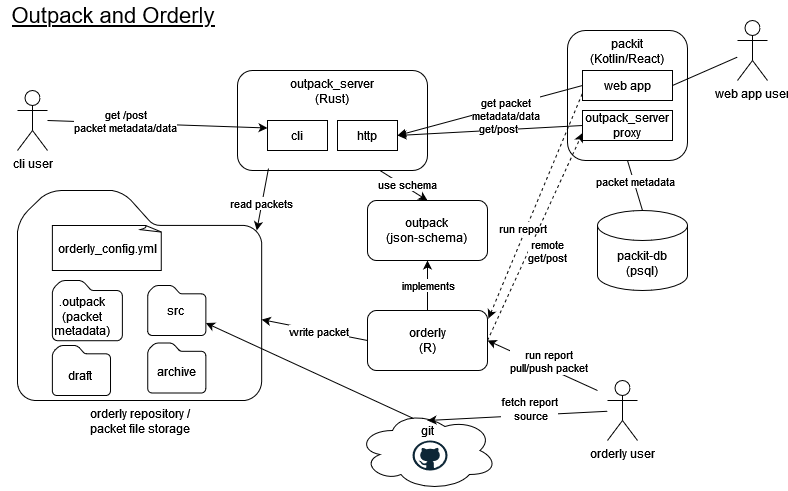
Above: docs/diagrams/OutpackOrderly.drawio.png in mrc-ide/outpack (draw.io), before the change. Source tidied: cells renumbered, new cells last; positions are measured from the earlier drawing's top-left corner, leaving out a move shared by most shapes.
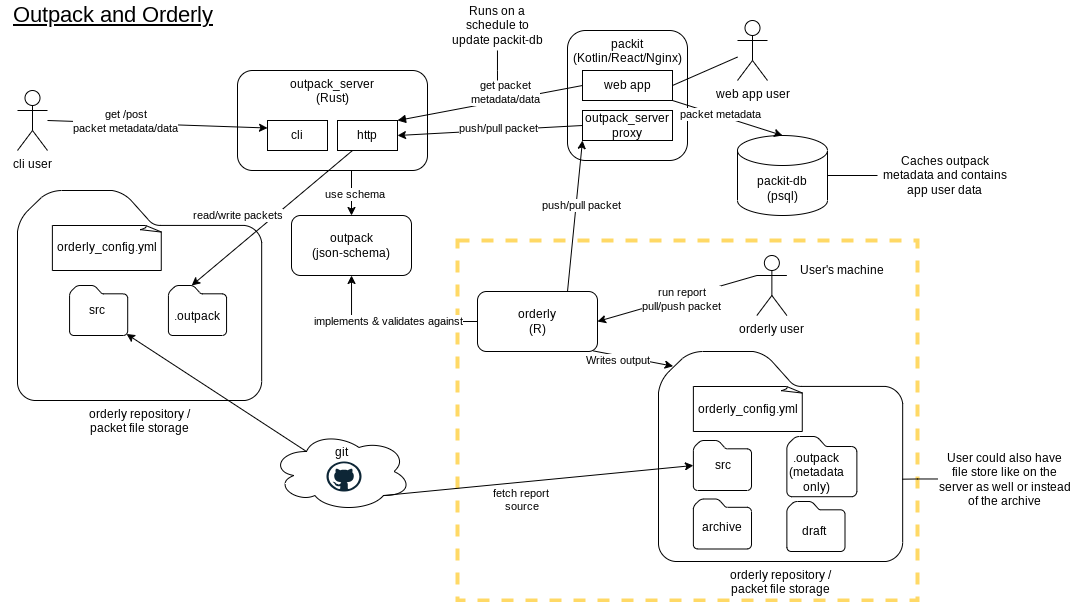
After the change.

Commit message:
Iterate diagram

The edit, as a diff of the source:
```diff
@@ -2,13 +2,16 @@
   <root>
     <mxCell id="0" />
     <mxCell id="1" parent="0" />
+    <mxCell id="59" style="rounded=0;whiteSpace=wrap;html=1;dashed=1;strokeColor=#FFD966;strokeWidth=4;" parent="1" vertex="1">
+      <mxGeometry x="458" y="240" width="460" height="360" as="geometry" />
+    </mxCell>
-    <mxCell id="2" value="&lt;div&gt;packit&lt;/div&gt;&lt;div&gt;(Kotlin/React)&lt;br&gt;&lt;/div&gt;" style="rounded=1;whiteSpace=wrap;html=1;verticalAlign=top;align=center;" parent="1" vertex="1">
+    <mxCell id="2" value="&lt;div&gt;packit&lt;/div&gt;&lt;div&gt;(Kotlin/React/Nginx)&lt;br&gt;&lt;/div&gt;" style="rounded=1;whiteSpace=wrap;html=1;verticalAlign=top;align=center;" parent="1" vertex="1">
       <mxGeometry x="568" y="30" width="120" height="130" as="geometry" />
     </mxCell>
     <mxCell id="3" value="&lt;div&gt;packit-db&lt;/div&gt;&lt;div&gt;(psql)&lt;br&gt;&lt;/div&gt;" style="shape=cylinder3;whiteSpace=wrap;html=1;boundedLbl=1;backgroundOutline=1;size=15;" parent="1" vertex="1">
-      <mxGeometry x="598" y="210" width="90" height="80" as="geometry" />
+      <mxGeometry x="738" y="135" width="90" height="80" as="geometry" />
     </mxCell>
-    <mxCell id="4" style="endArrow=none;html=1;rounded=0;entryX=0.5;entryY=1;entryDx=0;entryDy=0;exitX=0.5;exitY=0;exitDx=0;exitDy=0;exitPerimeter=0;" parent="1" edge="1" source="3" target="2">
+    <mxCell id="4" style="endArrow=none;html=1;rounded=0;entryX=1;entryY=1;entryDx=0;entryDy=0;exitX=0.5;exitY=0;exitDx=0;exitDy=0;exitPerimeter=0;startArrow=classic;startFill=1;" parent="1" edge="1" source="3" target="17">
       <mxGeometry relative="1" as="geometry" />
     </mxCell>
     <mxCell id="5" value="packet metadata" style="edgeLabel;html=1;align=center;verticalAlign=middle;" parent="4" vertex="1">
@@ -29,12 +32,12 @@
     <mxCell id="10" value="&lt;div&gt;orderly repository /&lt;br&gt;&lt;/div&gt;&lt;div&gt;packet file storage&lt;/div&gt;" style="sketch=0;shadow=0;dashed=0;html=1;strokeColor=default;labelPosition=center;verticalLabelPosition=bottom;verticalAlign=top;align=center;fillColor=none;shape=mxgraph.mscae.enterprise.folder;" parent="1" vertex="1">
       <mxGeometry x="18" y="190" width="244.2" height="210" as="geometry" />
     </mxCell>
-    <mxCell id="11" style="endArrow=none;html=1;rounded=0;entryX=0;entryY=0.5;entryDx=0;entryDy=0;exitX=1;exitY=0.5;exitDx=0;exitDy=0;startArrow=block;startFill=1;" parent="1" edge="1" source="8" target="17">
+    <mxCell id="11" style="endArrow=none;html=1;rounded=0;entryX=0;entryY=0.5;entryDx=0;entryDy=0;exitX=1;exitY=0;exitDx=0;exitDy=0;startArrow=block;startFill=1;" parent="1" edge="1" source="8" target="17">
       <mxGeometry relative="1" as="geometry" />
     </mxCell>
     <mxCell id="12" value="&lt;div&gt;get packet&lt;/div&gt;&lt;div&gt;metadata/data&lt;br&gt;&lt;/div&gt;" style="edgeLabel;html=1;align=center;verticalAlign=middle;" parent="11" vertex="1">
       <mxGeometry x="-0.08" y="-3" relative="1" as="geometry">
-        <mxPoint x="22" y="-6" as="offset" />
+        <mxPoint x="22" y="-15" as="offset" />
       </mxGeometry>
     </mxCell>
     <mxCell id="13" value="cli user" style="shape=umlActor;verticalLabelPosition=bottom;verticalAlign=top;html=1;" parent="1" vertex="1">
@@ -62,22 +65,22 @@
         <mxPoint x="398" y="135" as="targetPoint" />
       </mxGeometry>
     </mxCell>
-    <mxCell id="20" value="get/post" style="edgeLabel;html=1;align=center;verticalAlign=middle;" parent="19" vertex="1">
+    <mxCell id="20" value="push/pull packet" style="edgeLabel;html=1;align=center;verticalAlign=middle;" parent="19" vertex="1">
       <mxGeometry x="-0.08" y="-2" relative="1" as="geometry" />
     </mxCell>
     <mxCell id="21" style="endArrow=none;html=1;rounded=0;exitX=1;exitY=0.5;exitDx=0;exitDy=0;" parent="1" edge="1" source="17" target="16">
       <mxGeometry relative="1" as="geometry" />
     </mxCell>
-    <mxCell id="22" style="edgeStyle=orthogonalEdgeStyle;rounded=0;jettySize=auto;html=1;exitX=0.5;exitY=0;exitDx=0;exitDy=0;" parent="1" edge="1" source="24" target="32">
+    <mxCell id="22" style="edgeStyle=orthogonalEdgeStyle;rounded=0;jettySize=auto;html=1;exitX=0;exitY=0.5;exitDx=0;exitDy=0;" parent="1" edge="1" source="24" target="32">
       <mxGeometry relative="1" as="geometry" />
     </mxCell>
-    <mxCell id="23" value="&lt;div&gt;implements&lt;/div&gt;" style="edgeLabel;html=1;align=center;verticalAlign=middle;" parent="22" vertex="1">
+    <mxCell id="23" value="&lt;div&gt;implements &amp;amp; validates against&lt;/div&gt;" style="edgeLabel;html=1;align=center;verticalAlign=middle;" parent="22" vertex="1">
       <mxGeometry x="0.04" relative="1" as="geometry" />
     </mxCell>
     <mxCell id="24" value="&lt;div&gt;orderly&lt;/div&gt;(R)" style="rounded=1;whiteSpace=wrap;html=1;" parent="1" vertex="1">
-      <mxGeometry x="368" y="310" width="120" height="60" as="geometry" />
+      <mxGeometry x="478" y="291" width="120" height="60" as="geometry" />
     </mxCell>
-    <mxCell id="25" style="endArrow=none;html=1;rounded=0;entryX=0.75;entryY=1;entryDx=0;entryDy=0;exitX=0.5;exitY=0;exitDx=0;exitDy=0;endFill=0;startArrow=classic;startFill=1;" parent="1" edge="1" source="32" target="7">
+    <mxCell id="25" style="endArrow=none;html=1;rounded=0;entryX=0.6;entryY=1;entryDx=0;entryDy=0;exitX=0.5;exitY=0;exitDx=0;exitDy=0;endFill=0;startArrow=classic;startFill=1;entryPerimeter=0;" parent="1" edge="1" source="32" target="7">
       <mxGeometry relative="1" as="geometry" />
     </mxCell>
     <mxCell id="26" value="use schema" style="edgeLabel;html=1;align=center;verticalAlign=middle;" parent="25" vertex="1">
@@ -85,16 +88,16 @@
         <mxPoint x="1" as="offset" />
       </mxGeometry>
     </mxCell>
-    <mxCell id="27" style="endArrow=classic;html=1;rounded=0;exitX=0;exitY=0.5;exitDx=0;exitDy=0;" parent="1" edge="1" source="24" target="10">
+    <mxCell id="27" style="endArrow=classic;html=1;rounded=0;exitX=0.75;exitY=0;exitDx=0;exitDy=0;entryX=0;entryY=1;entryDx=0;entryDy=0;" parent="1" edge="1" source="24" target="18">
       <mxGeometry relative="1" as="geometry" />
     </mxCell>
-    <mxCell id="28" value="&lt;div&gt;write packet&lt;/div&gt;" style="edgeLabel;html=1;align=center;verticalAlign=middle;" parent="27" vertex="1">
+    <mxCell id="28" value="&lt;div&gt;push/pull packet&lt;/div&gt;" style="edgeLabel;html=1;align=center;verticalAlign=middle;" parent="27" vertex="1">
       <mxGeometry x="0.2" y="-1" relative="1" as="geometry">
-        <mxPoint x="14" y="4" as="offset" />
+        <mxPoint x="4" y="4" as="offset" />
       </mxGeometry>
     </mxCell>
     <mxCell id="29" style="group;" parent="1" vertex="1">
-      <mxGeometry x="358" y="410" width="140" height="80" as="geometry" />
+      <mxGeometry x="272" y="431" width="140" height="80" as="geometry" />
     </mxCell>
     <mxCell id="30" value="&lt;div align=&quot;center&quot;&gt;git&lt;/div&gt;" style="ellipse;shape=cloud;whiteSpace=wrap;html=1;align=center;verticalAlign=top;horizontal=1;spacingTop=7;" parent="29" vertex="1">
       <mxGeometry width="140" height="80" as="geometry" />
@@ -103,93 +106,120 @@
       <mxGeometry x="55" y="30" width="35" height="30" as="geometry" />
     </mxCell>
     <mxCell id="32" value="&lt;div&gt;outpack&lt;/div&gt;&lt;div&gt;(json-schema)&lt;br&gt;&lt;/div&gt;" style="rounded=1;whiteSpace=wrap;html=1;" parent="1" vertex="1">
-      <mxGeometry x="368" y="200" width="120" height="60" as="geometry" />
+      <mxGeometry x="292" y="215" width="120" height="60" as="geometry" />
     </mxCell>
-    <mxCell id="33" style="endArrow=classic;html=1;rounded=0;" parent="1" edge="1" source="44">
-      <mxGeometry relative="1" as="geometry">
-        <mxPoint x="428" y="420" as="targetPoint" />
-      </mxGeometry>
-    </mxCell>
-    <mxCell id="34" value="&lt;div&gt;fetch report&lt;/div&gt;&lt;div&gt;&amp;nbsp;source&lt;/div&gt;&lt;div&gt;&lt;br&gt;&lt;/div&gt;" style="edgeLabel;html=1;align=center;verticalAlign=middle;" parent="33" vertex="1">
-      <mxGeometry x="-0.12" relative="1" as="geometry" />
-    </mxCell>
-    <mxCell id="35" style="endArrow=classic;html=1;rounded=0;exitX=0.163;exitY=0.98;exitDx=0;exitDy=0;exitPerimeter=0;entryX=0.98;entryY=0.19;entryDx=0;entryDy=0;entryPerimeter=0;" parent="1" edge="1" source="7" target="10">
-      <mxGeometry relative="1" as="geometry" />
-    </mxCell>
-    <mxCell id="36" value="read packets" style="edgeLabel;html=1;align=center;verticalAlign=middle;" parent="35" vertex="1">
-      <mxGeometry x="0.11" y="-1" relative="1" as="geometry" />
-    </mxCell>
     <mxCell id="37" value="orderly_config.yml" style="whiteSpace=wrap;html=1;shape=mxgraph.basic.document;" parent="1" vertex="1">
       <mxGeometry x="52.9" y="225" width="110" height="45" as="geometry" />
     </mxCell>
-    <mxCell id="38" style="group;" parent="1" vertex="1">
-      <mxGeometry x="52.9" y="290" width="70" height="110" as="geometry" />
-    </mxCell>
-    <mxCell id="39" style="sketch=0;shadow=0;dashed=0;html=1;strokeColor=default;labelPosition=center;verticalLabelPosition=bottom;verticalAlign=middle;align=center;fillColor=none;shape=mxgraph.mscae.enterprise.folder;" parent="38" vertex="1">
-      <mxGeometry y="-10" width="70" height="60.2" as="geometry" />
-    </mxCell>
-    <mxCell id="40" value="&lt;div&gt;.outpack&lt;/div&gt;&lt;div&gt;(packet metadata)&lt;br&gt;&lt;/div&gt;" style="text;html=1;strokeColor=none;fillColor=none;align=center;verticalAlign=middle;whiteSpace=wrap;rounded=0;" parent="38" vertex="1">
-      <mxGeometry x="-10" y="15.8" width="80" height="20.9" as="geometry" />
-    </mxCell>
-    <mxCell id="41" style="group;" parent="38" vertex="1">
-      <mxGeometry y="55" width="65.1" height="55" as="geometry" />
-    </mxCell>
-    <mxCell id="42" style="sketch=0;shadow=0;dashed=0;html=1;strokeColor=default;labelPosition=center;verticalLabelPosition=bottom;verticalAlign=middle;align=center;fillColor=none;shape=mxgraph.mscae.enterprise.folder;" parent="41" vertex="1">
-      <mxGeometry width="58.1" height="50" as="geometry" />
-    </mxCell>
-    <mxCell id="43" value="draft" style="text;html=1;strokeColor=none;fillColor=none;align=center;verticalAlign=middle;whiteSpace=wrap;rounded=0;" parent="41" vertex="1">
-      <mxGeometry y="15.8" width="56" height="27.5" as="geometry" />
-    </mxCell>
     <mxCell id="44" value="orderly user" style="shape=umlActor;verticalLabelPosition=bottom;verticalAlign=top;html=1;outlineConnect=0;" parent="1" vertex="1">
-      <mxGeometry x="608" y="380" width="30" height="60" as="geometry" />
+      <mxGeometry x="757.4" y="255" width="30" height="60" as="geometry" />
     </mxCell>
-    <mxCell id="45" style="endArrow=none;html=1;rounded=0;exitX=1;exitY=0.5;exitDx=0;exitDy=0;endFill=0;startArrow=classic;startFill=1;" parent="1" edge="1" source="24">
-      <mxGeometry relative="1" as="geometry">
-        <mxPoint x="598" y="390" as="targetPoint" />
-      </mxGeometry>
+    <mxCell id="45" style="endArrow=none;html=1;rounded=0;exitX=1;exitY=0.5;exitDx=0;exitDy=0;endFill=0;startArrow=classic;startFill=1;entryX=0;entryY=0.3333333333333333;entryDx=0;entryDy=0;entryPerimeter=0;" parent="1" edge="1" source="24" target="44">
+      <mxGeometry relative="1" as="geometry" />
     </mxCell>
     <mxCell id="46" value="&lt;div&gt;run report&lt;/div&gt;&lt;div&gt;pull/push packet&lt;br&gt;&lt;/div&gt;" style="edgeLabel;html=1;align=center;verticalAlign=middle;" parent="45" vertex="1">
       <mxGeometry x="-0.24" y="-1" relative="1" as="geometry">
-        <mxPoint x="19" y="1" as="offset" />
+        <mxPoint x="23" y="-6" as="offset" />
       </mxGeometry>
     </mxCell>
-    <mxCell id="47" style="endArrow=none;dashed=1;html=1;rounded=0;entryX=0;entryY=0.75;entryDx=0;entryDy=0;exitX=1.008;exitY=0.133;exitDx=0;exitDy=0;exitPerimeter=0;startArrow=classic;startFill=1;" parent="1" edge="1" source="24" target="17">
-      <mxGeometry relative="1" as="geometry" />
-    </mxCell>
-    <mxCell id="48" value="run report" style="edgeLabel;html=1;align=center;verticalAlign=middle;" parent="47" vertex="1">
-      <mxGeometry x="-0.22" y="4" relative="1" as="geometry" />
-    </mxCell>
     <mxCell id="49" style="sketch=0;shadow=0;dashed=0;html=1;strokeColor=default;labelPosition=center;verticalLabelPosition=bottom;verticalAlign=middle;align=center;fillColor=none;shape=mxgraph.mscae.enterprise.folder;" parent="1" vertex="1">
-      <mxGeometry x="148.2" y="285" width="58.1" height="50" as="geometry" />
+      <mxGeometry x="70.1" y="285" width="58.1" height="50" as="geometry" />
     </mxCell>
     <mxCell id="50" value="src" style="text;html=1;strokeColor=none;fillColor=none;align=center;verticalAlign=middle;whiteSpace=wrap;rounded=0;" parent="1" vertex="1">
-      <mxGeometry x="146.2" y="297.5" width="60.2" height="25" as="geometry" />
+      <mxGeometry x="68" y="297.5" width="60.2" height="25" as="geometry" />
     </mxCell>
-    <mxCell id="51" style="group;" parent="1" vertex="1">
-      <mxGeometry x="168.2" y="335" width="69.8" height="60" as="geometry" />
-    </mxCell>
+    <mxCell id="55" value="Outpack and Orderly" style="text;html=1;strokeColor=none;fillColor=none;align=center;verticalAlign=middle;whiteSpace=wrap;rounded=0;fontSize=22;fontStyle=4;" parent="1" vertex="1">
+      <mxGeometry x="0.1" width="227.9" height="30" as="geometry" />
+    </mxCell>
+    <mxCell id="58" style="endArrow=classic;html=1;rounded=0;entryX=0.98;entryY=0.97;entryDx=0;entryDy=0;exitX=0.25;exitY=0.25;exitDx=0;exitDy=0;exitPerimeter=0;entryPerimeter=0;" parent="1" edge="1" source="30" target="49">
+      <mxGeometry relative="1" as="geometry" />
+    </mxCell>
+    <mxCell id="60" value="&lt;div&gt;orderly repository /&lt;br&gt;&lt;/div&gt;&lt;div&gt;packet file storage&lt;/div&gt;" style="sketch=0;shadow=0;dashed=0;html=1;strokeColor=default;labelPosition=center;verticalLabelPosition=bottom;verticalAlign=top;align=center;fillColor=none;shape=mxgraph.mscae.enterprise.folder;" parent="1" vertex="1">
+      <mxGeometry x="659" y="351" width="244.2" height="210" as="geometry" />
+    </mxCell>
+    <mxCell id="61" value="orderly_config.yml" style="whiteSpace=wrap;html=1;shape=mxgraph.basic.document;" parent="1" vertex="1">
+      <mxGeometry x="693.9" y="386" width="110" height="45" as="geometry" />
+    </mxCell>
+    <mxCell id="62" style="group;" parent="1" vertex="1">
+      <mxGeometry x="787.4" y="446" width="70" height="110" as="geometry" />
+    </mxCell>
+    <mxCell id="63" style="sketch=0;shadow=0;dashed=0;html=1;strokeColor=default;labelPosition=center;verticalLabelPosition=bottom;verticalAlign=middle;align=center;fillColor=none;shape=mxgraph.mscae.enterprise.folder;" parent="62" vertex="1">
+      <mxGeometry y="-10" width="70" height="60.2" as="geometry" />
+    </mxCell>
+    <mxCell id="64" value="&lt;div&gt;.outpack&lt;/div&gt;&lt;div&gt;(metadata only)&lt;br&gt;&lt;/div&gt;" style="text;html=1;strokeColor=none;fillColor=none;align=center;verticalAlign=middle;whiteSpace=wrap;rounded=0;" parent="62" vertex="1">
+      <mxGeometry x="-10" y="15.8" width="80" height="20.9" as="geometry" />
+    </mxCell>
+    <mxCell id="41" style="group;" parent="62" vertex="1">
+      <mxGeometry y="55" width="65.1" height="55" as="geometry" />
+    </mxCell>
+    <mxCell id="65" style="sketch=0;shadow=0;dashed=0;html=1;strokeColor=default;labelPosition=center;verticalLabelPosition=bottom;verticalAlign=middle;align=center;fillColor=none;shape=mxgraph.mscae.enterprise.folder;" parent="41" vertex="1">
+      <mxGeometry width="58.1" height="50" as="geometry" />
+    </mxCell>
+    <mxCell id="43" value="draft" style="text;html=1;strokeColor=none;fillColor=none;align=center;verticalAlign=middle;whiteSpace=wrap;rounded=0;" parent="41" vertex="1">
+      <mxGeometry y="15.8" width="56" height="27.5" as="geometry" />
+    </mxCell>
+    <mxCell id="66" value="src" style="sketch=0;shadow=0;dashed=0;html=1;strokeColor=default;labelPosition=center;verticalLabelPosition=middle;verticalAlign=middle;align=center;fillColor=none;shape=mxgraph.mscae.enterprise.folder;" parent="1" vertex="1">
+      <mxGeometry x="693.9" y="440" width="58.1" height="50" as="geometry" />
+    </mxCell>
+    <mxCell id="67" style="group;" parent="1" vertex="1">
+      <mxGeometry x="713.9" y="491" width="69.8" height="60" as="geometry" />
+    </mxCell>
-    <mxCell id="52" style="group;" parent="51" vertex="1">
+    <mxCell id="52" style="group;" parent="67" vertex="1">
       <mxGeometry x="-20" y="7.5" width="58.1" height="50" as="geometry" />
     </mxCell>
-    <mxCell id="53" style="sketch=0;shadow=0;dashed=0;html=1;strokeColor=default;labelPosition=center;verticalLabelPosition=bottom;verticalAlign=middle;align=center;fillColor=none;shape=mxgraph.mscae.enterprise.folder;" parent="52" vertex="1">
-      <mxGeometry width="58.1" height="50" as="geometry" />
-    </mxCell>
+    <mxCell id="68" style="sketch=0;shadow=0;dashed=0;html=1;strokeColor=default;labelPosition=center;verticalLabelPosition=bottom;verticalAlign=middle;align=center;fillColor=none;shape=mxgraph.mscae.enterprise.folder;" parent="52" vertex="1">
+      <mxGeometry width="58.1" height="50" as="geometry" />
+    </mxCell>
     <mxCell id="54" value="archive" style="text;html=1;strokeColor=none;fillColor=none;align=center;verticalAlign=middle;whiteSpace=wrap;rounded=0;" parent="52" vertex="1">
       <mxGeometry x="4.1" y="20" width="50" height="17.2" as="geometry" />
     </mxCell>
-    <mxCell id="55" value="Outpack and Orderly" style="text;html=1;strokeColor=none;fillColor=none;align=center;verticalAlign=middle;whiteSpace=wrap;rounded=0;fontSize=22;fontStyle=4;" parent="1" vertex="1">
-      <mxGeometry x="0.1" width="227.9" height="30" as="geometry" />
-    </mxCell>
-    <mxCell id="56" style="endArrow=classic;dashed=1;html=1;rounded=0;entryX=0;entryY=0.75;entryDx=0;entryDy=0;exitX=1;exitY=0.5;exitDx=0;exitDy=0;endFill=1;" parent="1" edge="1" source="24" target="18">
-      <mxGeometry relative="1" as="geometry" />
-    </mxCell>
-    <mxCell id="57" value="&lt;div&gt;remote&lt;br&gt;&lt;/div&gt;&lt;div&gt;get/post&lt;/div&gt;" style="edgeLabel;html=1;align=center;verticalAlign=middle;" parent="56" vertex="1">
-      <mxGeometry x="-0.02" relative="1" as="geometry">
-        <mxPoint x="13" y="12" as="offset" />
-      </mxGeometry>
-    </mxCell>
-    <mxCell id="58" style="endArrow=classic;html=1;rounded=0;entryX=1;entryY=1;entryDx=0;entryDy=0;exitX=0.4;exitY=0.1;exitDx=0;exitDy=0;exitPerimeter=0;" parent="1" edge="1" source="30" target="50">
-      <mxGeometry relative="1" as="geometry" />
-    </mxCell>
+    <mxCell id="39" style="sketch=0;shadow=0;dashed=0;html=1;strokeColor=default;labelPosition=center;verticalLabelPosition=bottom;verticalAlign=middle;align=center;fillColor=none;shape=mxgraph.mscae.enterprise.folder;" parent="1" vertex="1">
+      <mxGeometry x="168.9" y="285" width="58.1" height="50" as="geometry" />
+    </mxCell>
+    <mxCell id="40" value="&lt;div&gt;.outpack&lt;/div&gt;" style="text;html=1;strokeColor=none;fillColor=none;align=center;verticalAlign=middle;whiteSpace=wrap;rounded=0;" parent="1" vertex="1">
+      <mxGeometry x="158" y="306" width="80" height="20.9" as="geometry" />
+    </mxCell>
+    <mxCell id="69" value="Writes output" style="endArrow=classic;html=1;rounded=0;exitX=0.965;exitY=0.99;exitDx=0;exitDy=0;exitPerimeter=0;entryX=0.06;entryY=0.07;entryDx=0;entryDy=0;entryPerimeter=0;" parent="1" edge="1" source="24" target="60">
+      <mxGeometry x="-0.37" y="-5" relative="1" as="geometry" />
+    </mxCell>
+    <mxCell id="70" style="endArrow=classic;html=1;rounded=0;entryX=0;entryY=0.5;entryDx=0;entryDy=0;entryPerimeter=0;exitX=0.8;exitY=0.8;exitDx=0;exitDy=0;exitPerimeter=0;" parent="1" edge="1" source="30" target="66">
+      <mxGeometry relative="1" as="geometry" />
+    </mxCell>
+    <mxCell id="34" value="&lt;div&gt;fetch report&lt;/div&gt;&lt;div&gt;&amp;nbsp;source&lt;/div&gt;&lt;div&gt;&lt;br&gt;&lt;/div&gt;" style="edgeLabel;html=1;align=center;verticalAlign=middle;" parent="70" vertex="1">
+      <mxGeometry x="-0.12" relative="1" as="geometry">
+        <mxPoint y="24" as="offset" />
+      </mxGeometry>
+    </mxCell>
+    <mxCell id="71" style="endArrow=classic;html=1;rounded=0;exitX=0.25;exitY=1;exitDx=0;exitDy=0;entryX=0.4;entryY=0;entryDx=0;entryDy=0;entryPerimeter=0;" parent="1" edge="1" source="8" target="39">
+      <mxGeometry relative="1" as="geometry" />
+    </mxCell>
+    <mxCell id="72" value="read/write packets" style="edgeLabel;html=1;align=center;verticalAlign=middle;" parent="71" vertex="1">
+      <mxGeometry x="0.11" y="-1" relative="1" as="geometry">
+        <mxPoint x="-25" y="-10" as="offset" />
+      </mxGeometry>
+    </mxCell>
+    <mxCell id="73" value="User's machine" style="text;html=1;strokeColor=none;fillColor=none;align=center;verticalAlign=middle;whiteSpace=wrap;rounded=0;" parent="1" vertex="1">
+      <mxGeometry x="787.4" y="255" width="110.6" height="30" as="geometry" />
+    </mxCell>
+    <mxCell id="74" style="edgeStyle=orthogonalEdgeStyle;rounded=0;jettySize=auto;html=1;entryX=1;entryY=0.5;entryDx=0;entryDy=0;entryPerimeter=0;endArrow=none;endFill=0;" parent="1" edge="1" source="75" target="3">
+      <mxGeometry relative="1" as="geometry" />
+    </mxCell>
+    <mxCell id="75" value="Caches outpack metadata and contains app user data" style="text;html=1;strokeColor=none;fillColor=none;align=center;verticalAlign=middle;whiteSpace=wrap;rounded=0;" parent="1" vertex="1">
+      <mxGeometry x="878" y="142.5" width="134.8" height="65" as="geometry" />
+    </mxCell>
+    <mxCell id="76" style="edgeStyle=orthogonalEdgeStyle;rounded=0;jettySize=auto;html=1;entryX=0.998;entryY=0.608;entryDx=0;entryDy=0;entryPerimeter=0;endArrow=none;endFill=0;" parent="1" edge="1" source="77" target="60">
+      <mxGeometry relative="1" as="geometry" />
+    </mxCell>
+    <mxCell id="77" value="User could also have file store like on the server as well or instead of the archive" style="text;html=1;strokeColor=none;fillColor=none;align=center;verticalAlign=middle;whiteSpace=wrap;rounded=0;" parent="1" vertex="1">
+      <mxGeometry x="938" y="446" width="134.8" height="65" as="geometry" />
+    </mxCell>
+    <mxCell id="78" style="edgeStyle=orthogonalEdgeStyle;rounded=0;jettySize=auto;html=1;endArrow=none;endFill=0;" parent="1" edge="1" source="79">
+      <mxGeometry relative="1" as="geometry">
+        <mxPoint x="498" y="80" as="targetPoint" />
+      </mxGeometry>
+    </mxCell>
+    <mxCell id="79" value="Runs on a schedule to update packit-db" style="text;html=1;strokeColor=none;fillColor=none;align=center;verticalAlign=middle;whiteSpace=wrap;rounded=0;" parent="1" vertex="1">
+      <mxGeometry x="448" width="100" height="50" as="geometry" />
+    </mxCell>
   </root>
 </mxGraphModel>
```
